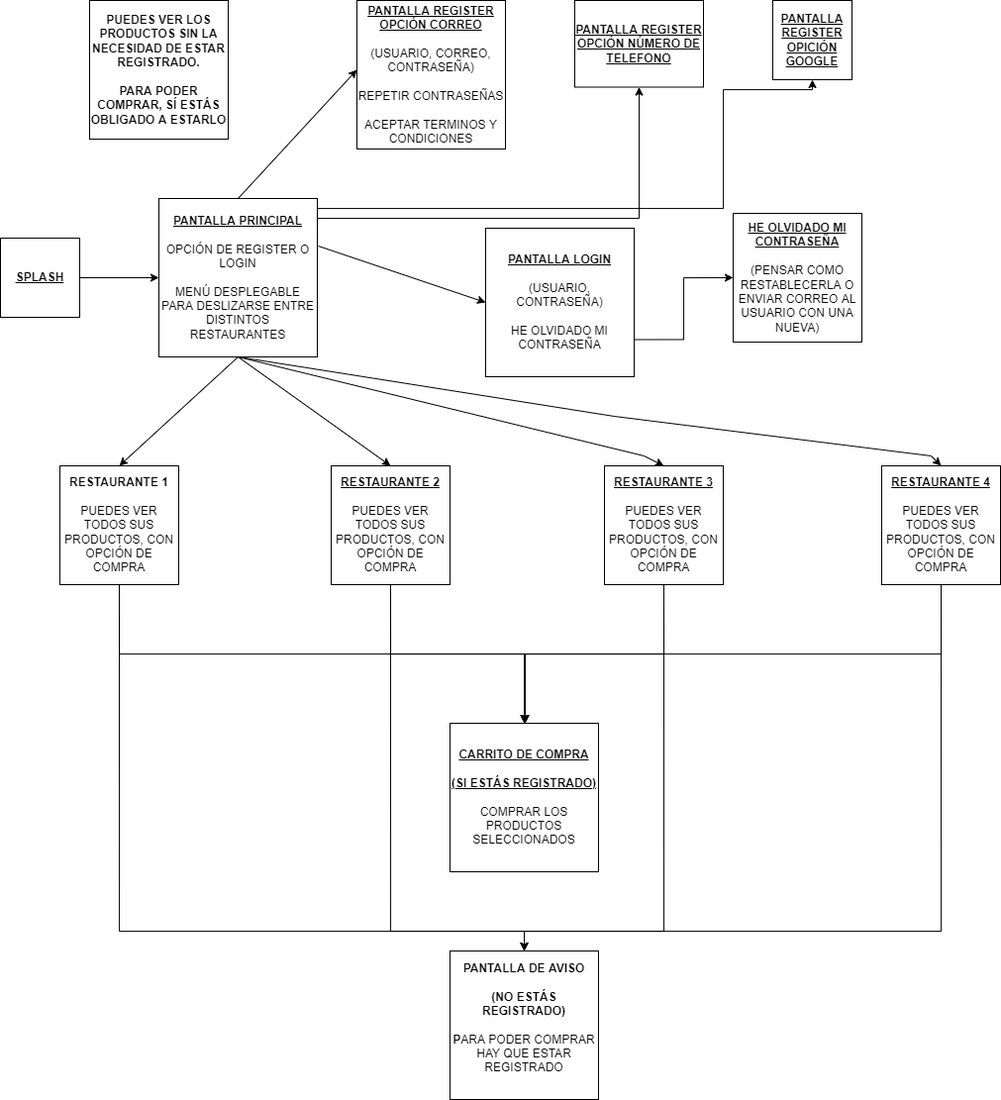
The draw.io diagram Diagrama sin título.drawio.png in angelcriber99/jerou, before a commit. Source tidied: cells renumbered, new cells last; positions are measured from the earlier drawing's top-left corner, leaving out a move shared by most shapes.
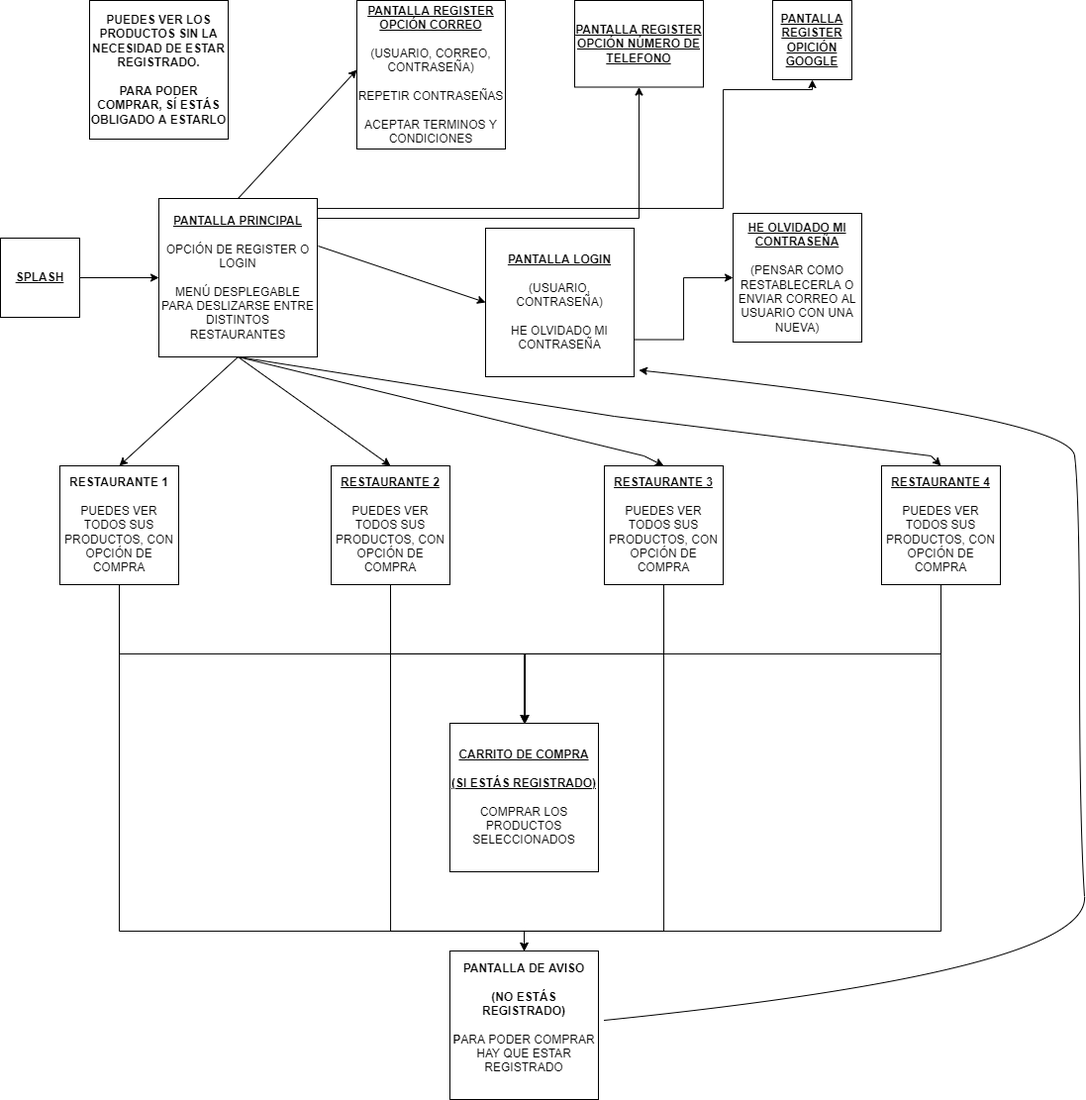
The same diagram one commit later.

What changed in the source:
```diff
@@ -150,5 +150,16 @@
     <mxCell id="33" value="&lt;b&gt;PANTALLA DE AVISO&lt;/b&gt;&lt;br&gt;&lt;br&gt;&lt;b&gt;(NO ESTÁS REGISTRADO)&lt;/b&gt;&lt;br&gt;&lt;br&gt;&lt;b&gt;P&lt;/b&gt;ARA PODER COMPRAR HAY QUE ESTAR REGISTRADO&lt;br&gt;&lt;br&gt;" style="whiteSpace=wrap;html=1;" parent="1" vertex="1">
       <mxGeometry x="454" y="960" width="150" height="150" as="geometry" />
     </mxCell>
+    <mxCell id="34" style="curved=1;endArrow=classic;html=1;rounded=0;entryX=1.033;entryY=0.956;entryDx=0;entryDy=0;entryPerimeter=0;" parent="1" edge="1" target="9">
+      <mxGeometry relative="1" as="geometry">
+        <mxPoint x="610" y="1030" as="sourcePoint" />
+        <Array as="points">
+          <mxPoint x="1100" y="980" />
+          <mxPoint x="1090" y="830" />
+          <mxPoint x="1090" y="500" />
+          <mxPoint x="1080" y="420" />
+        </Array>
+      </mxGeometry>
+    </mxCell>
   </root>
 </mxGraphModel>
```
